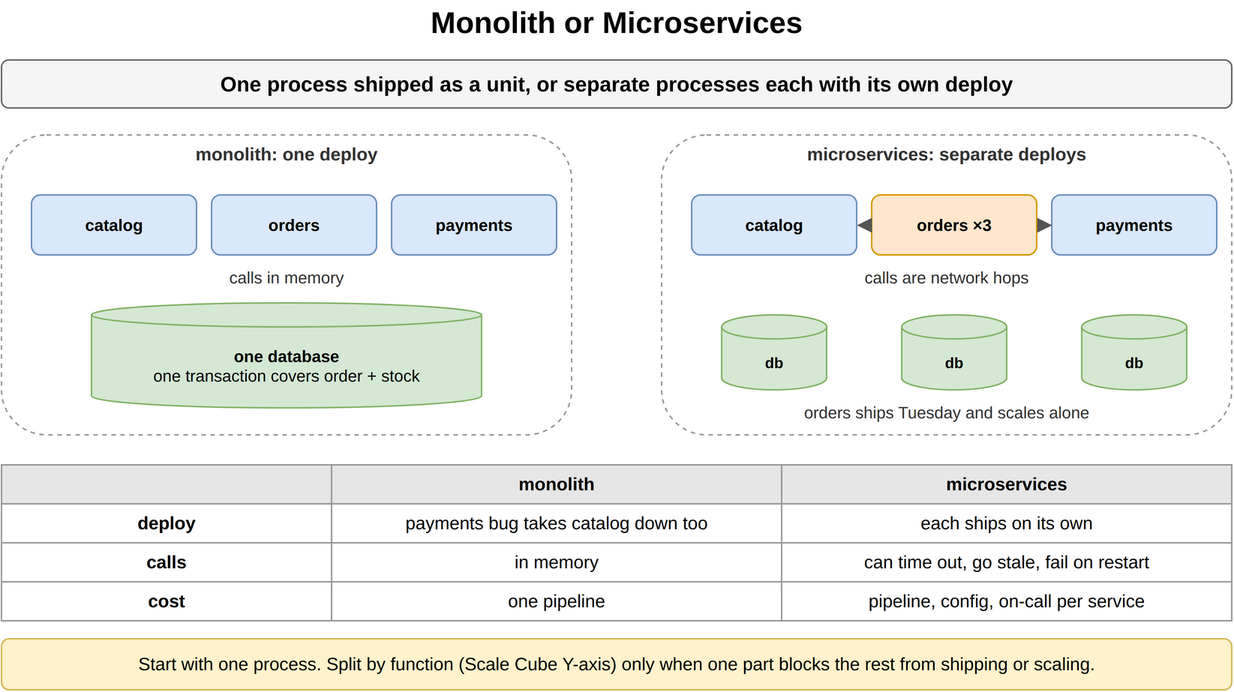
The draw.io diagram content/09_System_Design_Interview/12_Microservices_and_System_Decomposition/diagrams/microservices-1-monolith-or-microservices.png in amendez13/swe-study-guide, before a commit. Source tidied: cells renumbered, new cells last; positions are measured from the earlier drawing's top-left corner, leaving out a move shared by most shapes.
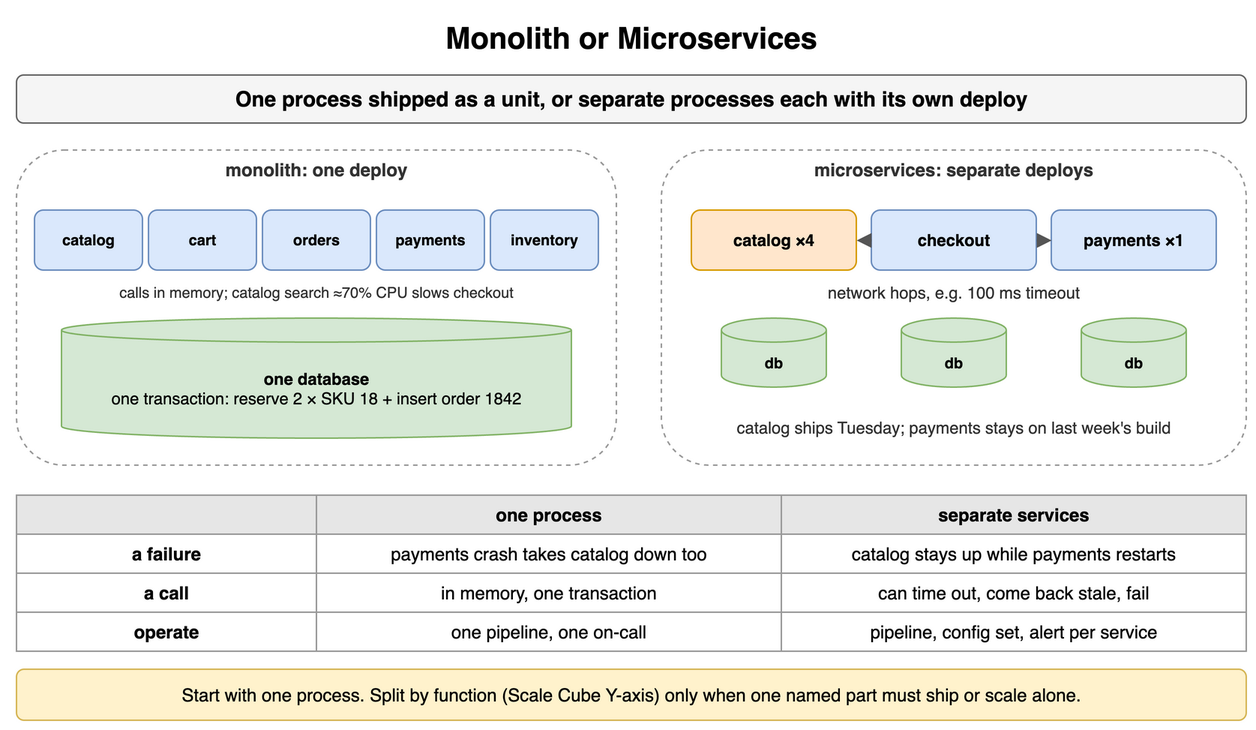
The same diagram one commit later.

Commit message:
docs(sdi): redraw microservices diagrams to match the online-store cards

Diff of the diagram source:
```diff
@@ -9,100 +9,106 @@
       <mxGeometry y="40" width="820" height="32" as="geometry" />
     </mxCell>
     <mxCell id="4" style="rounded=1;whiteSpace=wrap;html=1;fillColor=#ffffff;strokeColor=#999999;dashed=1;" parent="1" vertex="1">
-      <mxGeometry y="90" width="380" height="200" as="geometry" />
+      <mxGeometry y="90" width="400" height="210" as="geometry" />
     </mxCell>
     <mxCell id="5" value="monolith: one deploy" style="text;html=1;whiteSpace=wrap;fontSize=11;align=center;verticalAlign=middle;fontSize=12;fontColor=#333333;fontStyle=1;" parent="1" vertex="1">
-      <mxGeometry y="94" width="380" height="18" as="geometry" />
+      <mxGeometry y="94" width="400" height="18" as="geometry" />
     </mxCell>
-    <mxCell id="6" value="catalog" style="rounded=1;whiteSpace=wrap;html=1;fillColor=#dae8fc;strokeColor=#6c8ebf;fontSize=11;align=center;fontStyle=1;" parent="1" vertex="1">
-      <mxGeometry x="20" y="130" width="110" height="40" as="geometry" />
+    <mxCell id="6" value="catalog" style="rounded=1;whiteSpace=wrap;html=1;fillColor=#dae8fc;strokeColor=#6c8ebf;fontSize=10;align=center;fontStyle=1;" parent="1" vertex="1">
+      <mxGeometry x="12" y="130" width="72" height="40" as="geometry" />
     </mxCell>
-    <mxCell id="7" value="orders" style="rounded=1;whiteSpace=wrap;html=1;fillColor=#dae8fc;strokeColor=#6c8ebf;fontSize=11;align=center;fontStyle=1;" parent="1" vertex="1">
-      <mxGeometry x="140" y="130" width="110" height="40" as="geometry" />
+    <mxCell id="7" value="cart" style="rounded=1;whiteSpace=wrap;html=1;fillColor=#dae8fc;strokeColor=#6c8ebf;fontSize=10;align=center;fontStyle=1;" parent="1" vertex="1">
+      <mxGeometry x="88" y="130" width="72" height="40" as="geometry" />
     </mxCell>
-    <mxCell id="8" value="payments" style="rounded=1;whiteSpace=wrap;html=1;fillColor=#dae8fc;strokeColor=#6c8ebf;fontSize=11;align=center;fontStyle=1;" parent="1" vertex="1">
-      <mxGeometry x="260" y="130" width="110" height="40" as="geometry" />
+    <mxCell id="8" value="orders" style="rounded=1;whiteSpace=wrap;html=1;fillColor=#dae8fc;strokeColor=#6c8ebf;fontSize=10;align=center;fontStyle=1;" parent="1" vertex="1">
+      <mxGeometry x="164" y="130" width="72" height="40" as="geometry" />
     </mxCell>
-    <mxCell id="9" value="calls in memory" style="text;html=1;whiteSpace=wrap;fontSize=11;align=center;verticalAlign=middle;fontSize=11;fontColor=#333333;" parent="1" vertex="1">
-      <mxGeometry x="20" y="176" width="340" height="18" as="geometry" />
+    <mxCell id="9" value="payments" style="rounded=1;whiteSpace=wrap;html=1;fillColor=#dae8fc;strokeColor=#6c8ebf;fontSize=10;align=center;fontStyle=1;" parent="1" vertex="1">
+      <mxGeometry x="240" y="130" width="72" height="40" as="geometry" />
     </mxCell>
-    <mxCell id="10" value="one database&lt;br&gt;&lt;span style='font-weight:normal'&gt;one transaction covers order + stock&lt;/span&gt;" style="shape=cylinder3;whiteSpace=wrap;html=1;boundedLbl=1;backgroundOutline=1;size=8;fillColor=#d5e8d4;strokeColor=#82b366;fontStyle=1;fontSize=11;" parent="1" vertex="1">
-      <mxGeometry x="60" y="202" width="260" height="70" as="geometry" />
+    <mxCell id="10" value="inventory" style="rounded=1;whiteSpace=wrap;html=1;fillColor=#dae8fc;strokeColor=#6c8ebf;fontSize=10;align=center;fontStyle=1;" parent="1" vertex="1">
+      <mxGeometry x="316" y="130" width="72" height="40" as="geometry" />
     </mxCell>
-    <mxCell id="11" style="rounded=1;whiteSpace=wrap;html=1;fillColor=#ffffff;strokeColor=#999999;dashed=1;" parent="1" vertex="1">
-      <mxGeometry x="440" y="90" width="380" height="200" as="geometry" />
+    <mxCell id="11" value="calls in memory; catalog search ≈70% CPU slows checkout" style="text;html=1;whiteSpace=wrap;fontSize=11;align=center;verticalAlign=middle;fontSize=10;fontColor=#333333;" parent="1" vertex="1">
+      <mxGeometry x="12" y="176" width="376" height="18" as="geometry" />
     </mxCell>
-    <mxCell id="12" value="microservices: separate deploys" style="text;html=1;whiteSpace=wrap;fontSize=11;align=center;verticalAlign=middle;fontSize=12;fontColor=#333333;fontStyle=1;" parent="1" vertex="1">
-      <mxGeometry x="440" y="94" width="380" height="18" as="geometry" />
+    <mxCell id="12" value="one database&lt;br&gt;&lt;span style='font-weight:normal'&gt;one transaction: reserve 2 × SKU 18 + insert order 1842&lt;/span&gt;" style="shape=cylinder3;whiteSpace=wrap;html=1;boundedLbl=1;backgroundOutline=1;size=8;fillColor=#d5e8d4;strokeColor=#82b366;fontStyle=1;fontSize=11;" parent="1" vertex="1">
+      <mxGeometry x="30" y="202" width="340" height="80" as="geometry" />
     </mxCell>
-    <mxCell id="13" value="catalog" style="rounded=1;whiteSpace=wrap;html=1;fillColor=#dae8fc;strokeColor=#6c8ebf;fontSize=11;align=center;fontStyle=1;" parent="1" vertex="1">
-      <mxGeometry x="460" y="130" width="110" height="40" as="geometry" />
+    <mxCell id="13" style="rounded=1;whiteSpace=wrap;html=1;fillColor=#ffffff;strokeColor=#999999;dashed=1;" parent="1" vertex="1">
+      <mxGeometry x="430" y="90" width="390" height="210" as="geometry" />
     </mxCell>
-    <mxCell id="14" value="orders ×3" style="rounded=1;whiteSpace=wrap;html=1;fillColor=#ffe6cc;strokeColor=#d79b00;fontSize=11;align=center;fontStyle=1;" parent="1" vertex="1">
-      <mxGeometry x="580" y="130" width="110" height="40" as="geometry" />
+    <mxCell id="14" value="microservices: separate deploys" style="text;html=1;whiteSpace=wrap;fontSize=11;align=center;verticalAlign=middle;fontSize=12;fontColor=#333333;fontStyle=1;" parent="1" vertex="1">
+      <mxGeometry x="430" y="94" width="390" height="18" as="geometry" />
     </mxCell>
-    <mxCell id="15" value="payments" style="rounded=1;whiteSpace=wrap;html=1;fillColor=#dae8fc;strokeColor=#6c8ebf;fontSize=11;align=center;fontStyle=1;" parent="1" vertex="1">
-      <mxGeometry x="700" y="130" width="110" height="40" as="geometry" />
+    <mxCell id="15" value="catalog ×4" style="rounded=1;whiteSpace=wrap;html=1;fillColor=#ffe6cc;strokeColor=#d79b00;fontSize=11;align=center;fontStyle=1;" parent="1" vertex="1">
+      <mxGeometry x="450" y="130" width="110" height="40" as="geometry" />
     </mxCell>
-    <mxCell id="16" style="endArrow=block;endSize=6;html=1;strokeWidth=1.5;strokeColor=#555555;fontSize=11;labelBackgroundColor=#ffffff;dashed=1;" parent="1" edge="1" source="14" target="13">
-      <mxGeometry relative="1" as="geometry" />
+    <mxCell id="16" value="checkout" style="rounded=1;whiteSpace=wrap;html=1;fillColor=#dae8fc;strokeColor=#6c8ebf;fontSize=11;align=center;fontStyle=1;" parent="1" vertex="1">
+      <mxGeometry x="570" y="130" width="110" height="40" as="geometry" />
     </mxCell>
-    <mxCell id="17" style="endArrow=block;endSize=6;html=1;strokeWidth=1.5;strokeColor=#555555;fontSize=11;labelBackgroundColor=#ffffff;dashed=1;" parent="1" edge="1" source="14" target="15">
-      <mxGeometry relative="1" as="geometry" />
+    <mxCell id="17" value="payments ×1" style="rounded=1;whiteSpace=wrap;html=1;fillColor=#dae8fc;strokeColor=#6c8ebf;fontSize=11;align=center;fontStyle=1;" parent="1" vertex="1">
+      <mxGeometry x="690" y="130" width="110" height="40" as="geometry" />
     </mxCell>
-    <mxCell id="18" value="calls are network hops" style="text;html=1;whiteSpace=wrap;fontSize=11;align=center;verticalAlign=middle;fontSize=11;fontColor=#333333;" parent="1" vertex="1">
-      <mxGeometry x="460" y="176" width="340" height="18" as="geometry" />
+    <mxCell id="18" style="endArrow=block;endSize=6;html=1;strokeWidth=1.5;strokeColor=#555555;fontSize=11;labelBackgroundColor=#ffffff;dashed=1;" parent="1" edge="1" source="16" target="15">
+      <mxGeometry relative="1" as="geometry" />
     </mxCell>
-    <mxCell id="19" value="db" style="shape=cylinder3;whiteSpace=wrap;html=1;boundedLbl=1;backgroundOutline=1;size=8;fillColor=#d5e8d4;strokeColor=#82b366;fontStyle=1;fontSize=10;" parent="1" vertex="1">
-      <mxGeometry x="480" y="210" width="70" height="50" as="geometry" />
+    <mxCell id="19" style="endArrow=block;endSize=6;html=1;strokeWidth=1.5;strokeColor=#555555;fontSize=11;labelBackgroundColor=#ffffff;dashed=1;" parent="1" edge="1" source="16" target="17">
+      <mxGeometry relative="1" as="geometry" />
     </mxCell>
-    <mxCell id="20" value="db" style="shape=cylinder3;whiteSpace=wrap;html=1;boundedLbl=1;backgroundOutline=1;size=8;fillColor=#d5e8d4;strokeColor=#82b366;fontStyle=1;fontSize=10;" parent="1" vertex="1">
-      <mxGeometry x="600" y="210" width="70" height="50" as="geometry" />
+    <mxCell id="20" value="network hops, e.g. 100 ms timeout" style="text;html=1;whiteSpace=wrap;fontSize=11;align=center;verticalAlign=middle;fontSize=11;fontColor=#333333;" parent="1" vertex="1">
+      <mxGeometry x="450" y="176" width="350" height="18" as="geometry" />
     </mxCell>
     <mxCell id="21" value="db" style="shape=cylinder3;whiteSpace=wrap;html=1;boundedLbl=1;backgroundOutline=1;size=8;fillColor=#d5e8d4;strokeColor=#82b366;fontStyle=1;fontSize=10;" parent="1" vertex="1">
-      <mxGeometry x="720" y="210" width="70" height="50" as="geometry" />
+      <mxGeometry x="470" y="202" width="70" height="46" as="geometry" />
     </mxCell>
-    <mxCell id="22" value="orders ships Tuesday and scales alone" style="text;html=1;whiteSpace=wrap;fontSize=11;align=center;verticalAlign=middle;fontSize=11;fontColor=#333333;" parent="1" vertex="1">
-      <mxGeometry x="460" y="266" width="340" height="18" as="geometry" />
+    <mxCell id="22" value="db" style="shape=cylinder3;whiteSpace=wrap;html=1;boundedLbl=1;backgroundOutline=1;size=8;fillColor=#d5e8d4;strokeColor=#82b366;fontStyle=1;fontSize=10;" parent="1" vertex="1">
+      <mxGeometry x="590" y="202" width="70" height="46" as="geometry" />
     </mxCell>
-    <mxCell id="23" style="whiteSpace=wrap;html=1;fillColor=#e6e6e6;strokeColor=#999999;fontStyle=1;fontSize=12;" parent="1" vertex="1">
-      <mxGeometry y="310" width="220" height="26" as="geometry" />
+    <mxCell id="23" value="db" style="shape=cylinder3;whiteSpace=wrap;html=1;boundedLbl=1;backgroundOutline=1;size=8;fillColor=#d5e8d4;strokeColor=#82b366;fontStyle=1;fontSize=10;" parent="1" vertex="1">
+      <mxGeometry x="710" y="202" width="70" height="46" as="geometry" />
     </mxCell>
-    <mxCell id="24" value="monolith" style="whiteSpace=wrap;html=1;fillColor=#e6e6e6;strokeColor=#999999;fontStyle=1;fontSize=12;" parent="1" vertex="1">
-      <mxGeometry x="220" y="310" width="300" height="26" as="geometry" />
+    <mxCell id="24" value="catalog ships Tuesday; payments stays on last week's build" style="text;html=1;whiteSpace=wrap;fontSize=11;align=center;verticalAlign=middle;fontSize=11;fontColor=#333333;" parent="1" vertex="1">
+      <mxGeometry x="440" y="260" width="370" height="30" as="geometry" />
     </mxCell>
-    <mxCell id="25" value="microservices" style="whiteSpace=wrap;html=1;fillColor=#e6e6e6;strokeColor=#999999;fontStyle=1;fontSize=12;" parent="1" vertex="1">
-      <mxGeometry x="520" y="310" width="300" height="26" as="geometry" />
+    <mxCell id="25" style="whiteSpace=wrap;html=1;fillColor=#e6e6e6;strokeColor=#999999;fontStyle=1;fontSize=12;" parent="1" vertex="1">
+      <mxGeometry y="320" width="200" height="26" as="geometry" />
     </mxCell>
-    <mxCell id="26" value="deploy" style="whiteSpace=wrap;html=1;strokeColor=#999999;fontSize=12;fillColor=#ffffff;fontStyle=1;" parent="1" vertex="1">
-      <mxGeometry y="336" width="220" height="26" as="geometry" />
+    <mxCell id="26" value="one process" style="whiteSpace=wrap;html=1;fillColor=#e6e6e6;strokeColor=#999999;fontStyle=1;fontSize=12;" parent="1" vertex="1">
+      <mxGeometry x="200" y="320" width="310" height="26" as="geometry" />
     </mxCell>
-    <mxCell id="27" value="payments bug takes catalog down too" style="whiteSpace=wrap;html=1;strokeColor=#999999;fontSize=12;fillColor=#ffffff;" parent="1" vertex="1">
-      <mxGeometry x="220" y="336" width="300" height="26" as="geometry" />
+    <mxCell id="27" value="separate services" style="whiteSpace=wrap;html=1;fillColor=#e6e6e6;strokeColor=#999999;fontStyle=1;fontSize=12;" parent="1" vertex="1">
+      <mxGeometry x="510" y="320" width="310" height="26" as="geometry" />
     </mxCell>
-    <mxCell id="28" value="each ships on its own" style="whiteSpace=wrap;html=1;strokeColor=#999999;fontSize=12;fillColor=#ffffff;" parent="1" vertex="1">
-      <mxGeometry x="520" y="336" width="300" height="26" as="geometry" />
+    <mxCell id="28" value="a failure" style="whiteSpace=wrap;html=1;strokeColor=#999999;fontSize=12;fillColor=#ffffff;fontStyle=1;" parent="1" vertex="1">
+      <mxGeometry y="346" width="200" height="26" as="geometry" />
     </mxCell>
-    <mxCell id="29" value="calls" style="whiteSpace=wrap;html=1;strokeColor=#999999;fontSize=12;fillColor=#ffffff;fontStyle=1;" parent="1" vertex="1">
-      <mxGeometry y="362" width="220" height="26" as="geometry" />
+    <mxCell id="29" value="payments crash takes catalog down too" style="whiteSpace=wrap;html=1;strokeColor=#999999;fontSize=12;fillColor=#ffffff;" parent="1" vertex="1">
+      <mxGeometry x="200" y="346" width="310" height="26" as="geometry" />
     </mxCell>
-    <mxCell id="30" value="in memory" style="whiteSpace=wrap;html=1;strokeColor=#999999;fontSize=12;fillColor=#ffffff;" parent="1" vertex="1">
-      <mxGeometry x="220" y="362" width="300" height="26" as="geometry" />
+    <mxCell id="30" value="catalog stays up while payments restarts" style="whiteSpace=wrap;html=1;strokeColor=#999999;fontSize=12;fillColor=#ffffff;" parent="1" vertex="1">
+      <mxGeometry x="510" y="346" width="310" height="26" as="geometry" />
     </mxCell>
-    <mxCell id="31" value="can time out, go stale, fail on restart" style="whiteSpace=wrap;html=1;strokeColor=#999999;fontSize=12;fillColor=#ffffff;" parent="1" vertex="1">
-      <mxGeometry x="520" y="362" width="300" height="26" as="geometry" />
+    <mxCell id="31" value="a call" style="whiteSpace=wrap;html=1;strokeColor=#999999;fontSize=12;fillColor=#ffffff;fontStyle=1;" parent="1" vertex="1">
+      <mxGeometry y="372" width="200" height="26" as="geometry" />
     </mxCell>
-    <mxCell id="32" value="cost" style="whiteSpace=wrap;html=1;strokeColor=#999999;fontSize=12;fillColor=#ffffff;fontStyle=1;" parent="1" vertex="1">
-      <mxGeometry y="388" width="220" height="26" as="geometry" />
+    <mxCell id="32" value="in memory, one transaction" style="whiteSpace=wrap;html=1;strokeColor=#999999;fontSize=12;fillColor=#ffffff;" parent="1" vertex="1">
+      <mxGeometry x="200" y="372" width="310" height="26" as="geometry" />
     </mxCell>
-    <mxCell id="33" value="one pipeline" style="whiteSpace=wrap;html=1;strokeColor=#999999;fontSize=12;fillColor=#ffffff;" parent="1" vertex="1">
-      <mxGeometry x="220" y="388" width="300" height="26" as="geometry" />
+    <mxCell id="33" value="can time out, come back stale, fail" style="whiteSpace=wrap;html=1;strokeColor=#999999;fontSize=12;fillColor=#ffffff;" parent="1" vertex="1">
+      <mxGeometry x="510" y="372" width="310" height="26" as="geometry" />
     </mxCell>
-    <mxCell id="34" value="pipeline, config, on-call per service" style="whiteSpace=wrap;html=1;strokeColor=#999999;fontSize=12;fillColor=#ffffff;" parent="1" vertex="1">
-      <mxGeometry x="520" y="388" width="300" height="26" as="geometry" />
+    <mxCell id="34" value="operate" style="whiteSpace=wrap;html=1;strokeColor=#999999;fontSize=12;fillColor=#ffffff;fontStyle=1;" parent="1" vertex="1">
+      <mxGeometry y="398" width="200" height="26" as="geometry" />
     </mxCell>
-    <mxCell id="35" value="Start with one process. Split by function (Scale Cube Y-axis) only when one part blocks the rest from shipping or scaling." style="rounded=1;whiteSpace=wrap;html=1;fillColor=#fff2cc;strokeColor=#d6b656;fontSize=12;align=center;" parent="1" vertex="1">
-      <mxGeometry y="426" width="820" height="34" as="geometry" />
+    <mxCell id="35" value="one pipeline, one on-call" style="whiteSpace=wrap;html=1;strokeColor=#999999;fontSize=12;fillColor=#ffffff;" parent="1" vertex="1">
+      <mxGeometry x="200" y="398" width="310" height="26" as="geometry" />
     </mxCell>
+    <mxCell id="36" value="pipeline, config set, alert per service" style="whiteSpace=wrap;html=1;strokeColor=#999999;fontSize=12;fillColor=#ffffff;" parent="1" vertex="1">
+      <mxGeometry x="510" y="398" width="310" height="26" as="geometry" />
+    </mxCell>
+    <mxCell id="37" value="Start with one process. Split by function (Scale Cube Y-axis) only when one named part must ship or scale alone." style="rounded=1;whiteSpace=wrap;html=1;fillColor=#fff2cc;strokeColor=#d6b656;fontSize=12;align=center;" parent="1" vertex="1">
+      <mxGeometry y="436" width="820" height="34" as="geometry" />
+    </mxCell>
   </root>
 </mxGraphModel>
```
